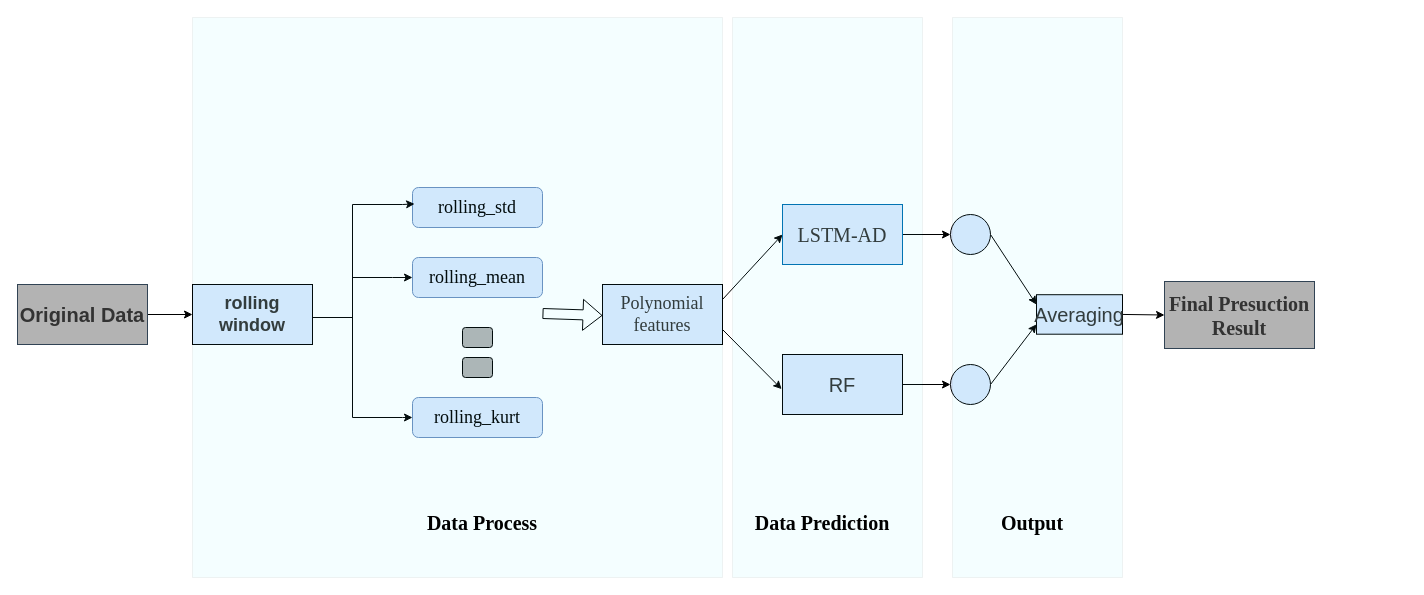
Before: huihe.drawio in Lu-Ming-Song/C, a draw.io diagram. Source tidied: cells renumbered, new cells numbered last; positions are measured from the earlier drawing's top-left corner, leaving out a move shared by most shapes. Both pictures are drawn from the tidied source at 100%, with x=0, y=0 at pixel (17, 17).
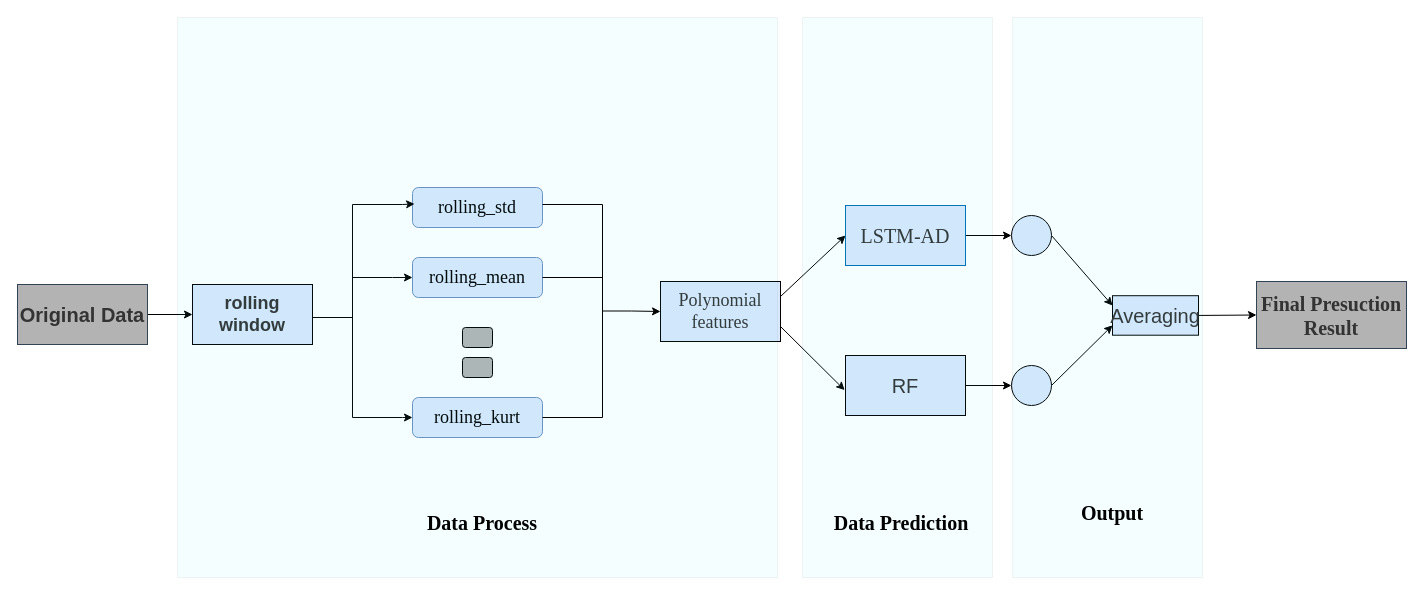
The same diagram, later.

Diff of the diagram source:
```diff
@@
     <mxCell id="11" value="&lt;span style=&quot;&quot; lang=&quot;EN-US&quot;&gt;&lt;font color=&quot;#333333&quot; style=&quot;font-size: 18px;&quot; face=&quot;Times New Roman&quot;&gt;Polynomial&lt;br&gt;features&lt;/font&gt;&lt;/span&gt;" style="rounded=0;whiteSpace=wrap;html=1;fillColor=#DAE8FC;" parent="1" vertex="1">
-      <mxGeometry x="585" y="267" width="120" height="60" as="geometry" />
+      <mxGeometry x="643" y="264" width="120" height="60" as="geometry" />
     </mxCell>
@@
     <mxCell id="13" value="&lt;font color=&quot;#333333&quot; style=&quot;font-size: 20px;&quot; face=&quot;Times New Roman&quot;&gt;LSTM-AD&lt;/font&gt;" style="rounded=0;whiteSpace=wrap;html=1;fillColor=#DAE8FC;fontColor=#ffffff;strokeColor=#006EAF;" parent="1" vertex="1">
-      <mxGeometry x="765" y="187" width="120" height="60" as="geometry" />
+      <mxGeometry x="828" y="188" width="120" height="60" as="geometry" />
     </mxCell>
@@
     <mxCell id="15" value="&lt;font color=&quot;#333333&quot; style=&quot;font-size: 20px;&quot;&gt;RF&lt;/font&gt;" style="rounded=0;whiteSpace=wrap;html=1;fillColor=#DAE8FC;" parent="1" vertex="1">
-      <mxGeometry x="765" y="337" width="120" height="60" as="geometry" />
+      <mxGeometry x="828" y="338" width="120" height="60" as="geometry" />
     </mxCell>
     <mxCell id="16" value="&lt;font style=&quot;font-size: 20px;&quot; face=&quot;Times New Roman&quot; color=&quot;#333333&quot;&gt;&lt;b style=&quot;&quot;&gt;Final Presuction&lt;/b&gt;&lt;/font&gt;&lt;div style=&quot;color: rgb(0, 0, 0); font-size: 20px;&quot;&gt;&lt;font style=&quot;font-size: 20px;&quot; face=&quot;Times New Roman&quot; color=&quot;#333333&quot;&gt;&lt;b style=&quot;&quot;&gt;Result&lt;/b&gt;&lt;/font&gt;&lt;/div&gt;" style="rounded=0;whiteSpace=wrap;html=1;fillColor=#B3B3B3;strokeColor=#314354;fontColor=#ffffff;" parent="1" vertex="1">
-      <mxGeometry x="1147" y="264" width="150" height="67" as="geometry" />
+      <mxGeometry x="1239" y="264" width="150" height="67" as="geometry" />
     </mxCell>
@@
     <mxCell id="18" style="ellipse;whiteSpace=wrap;html=1;fillColor=#DAE8FC;" parent="1" vertex="1">
-      <mxGeometry x="933" y="197" width="40" height="40" as="geometry" />
+      <mxGeometry x="994" y="198" width="40" height="40" as="geometry" />
     </mxCell>
@@
     <mxCell id="20" style="ellipse;whiteSpace=wrap;html=1;fillColor=#DAE8FC;" parent="1" vertex="1">
-      <mxGeometry x="933" y="347" width="40" height="40" as="geometry" />
+      <mxGeometry x="994" y="348" width="40" height="40" as="geometry" />
     </mxCell>
@@
     <mxCell id="22" value="&lt;font color=&quot;#333333&quot; style=&quot;font-size: 20px;&quot;&gt;Averaging&lt;/font&gt;" style="rounded=0;whiteSpace=wrap;html=1;fillColor=#DAE8FC;" parent="1" vertex="1">
-      <mxGeometry x="1019" y="277.2" width="86" height="39.5" as="geometry" />
+      <mxGeometry x="1095" y="278.2" width="86" height="39.5" as="geometry" />
     </mxCell>
-    <mxCell id="23" style="shape=flexArrow;endArrow=classic;html=1;rounded=0;entryX=0;entryY=0.75;entryDx=0;entryDy=0;" parent="1" edge="1">
-      <mxGeometry relative="1" as="geometry">
-        <mxPoint x="525" y="296" as="sourcePoint" />
-        <mxPoint x="585" y="298" as="targetPoint" />
-      </mxGeometry>
-    </mxCell>
@@
     <mxCell id="31" style="verticalLabelPosition=bottom;verticalAlign=top;html=1;shape=mxgraph.basic.rect;fillColor2=none;strokeWidth=1;size=20;indent=5;opacity=5;fillColor=#36DDFF;" parent="1" vertex="1">
-      <mxGeometry x="175" width="530" height="560" as="geometry" />
+      <mxGeometry x="160" width="600" height="560" as="geometry" />
     </mxCell>
     <mxCell id="32" style="verticalLabelPosition=bottom;verticalAlign=top;html=1;shape=mxgraph.basic.rect;fillColor2=none;strokeWidth=1;size=20;indent=5;opacity=5;fillColor=#36DDFF;" parent="1" vertex="1">
-      <mxGeometry x="935" width="170" height="560" as="geometry" />
+      <mxGeometry x="995" width="190" height="560" as="geometry" />
     </mxCell>
     <mxCell id="33" style="verticalLabelPosition=bottom;verticalAlign=top;html=1;shape=mxgraph.basic.rect;fillColor2=none;strokeWidth=1;size=20;indent=5;opacity=5;fillColor=#36DDFF;" parent="1" vertex="1">
-      <mxGeometry x="715" width="190" height="560" as="geometry" />
+      <mxGeometry x="785" width="190" height="560" as="geometry" />
     </mxCell>
@@
     <mxCell id="35" value="&lt;font style=&quot;font-size: 20px;&quot; face=&quot;Times New Roman&quot;&gt;&lt;b&gt;Data Prediction&lt;/b&gt;&lt;/font&gt;" style="text;strokeColor=none;align=center;fillColor=none;html=1;verticalAlign=middle;whiteSpace=wrap;rounded=0;" parent="1" vertex="1">
-      <mxGeometry x="735" y="490" width="140" height="30" as="geometry" />
+      <mxGeometry x="814" y="490" width="140" height="30" as="geometry" />
     </mxCell>
     <mxCell id="36" value="&lt;font style=&quot;font-size: 20px;&quot; face=&quot;Times New Roman&quot;&gt;&lt;b&gt;Output&lt;/b&gt;&lt;/font&gt;" style="text;strokeColor=none;align=center;fillColor=none;html=1;verticalAlign=middle;whiteSpace=wrap;rounded=0;" parent="1" vertex="1">
-      <mxGeometry x="945" y="490" width="140" height="30" as="geometry" />
+      <mxGeometry x="1025" y="480" width="140" height="30" as="geometry" />
     </mxCell>
+    <mxCell id="37" style="edgeStyle=orthogonalEdgeStyle;rounded=0;jettySize=auto;html=1;exitX=0;exitY=0.5;exitDx=0;exitDy=0;exitPerimeter=0;entryX=0;entryY=0.5;entryDx=0;entryDy=0;" parent="1" edge="1" source="38" target="11">
+      <mxGeometry relative="1" as="geometry" />
+    </mxCell>
+    <mxCell id="38" style="strokeWidth=1;html=1;shape=mxgraph.flowchart.annotation_1;align=left;direction=west;" parent="1" vertex="1">
+      <mxGeometry x="525" y="187" width="60" height="213" as="geometry" />
+    </mxCell>
+    <mxCell id="39" style="line;strokeWidth=1;html=1;" parent="1" vertex="1">
+      <mxGeometry x="525" y="255" width="60" height="10" as="geometry" />
+    </mxCell>
```
